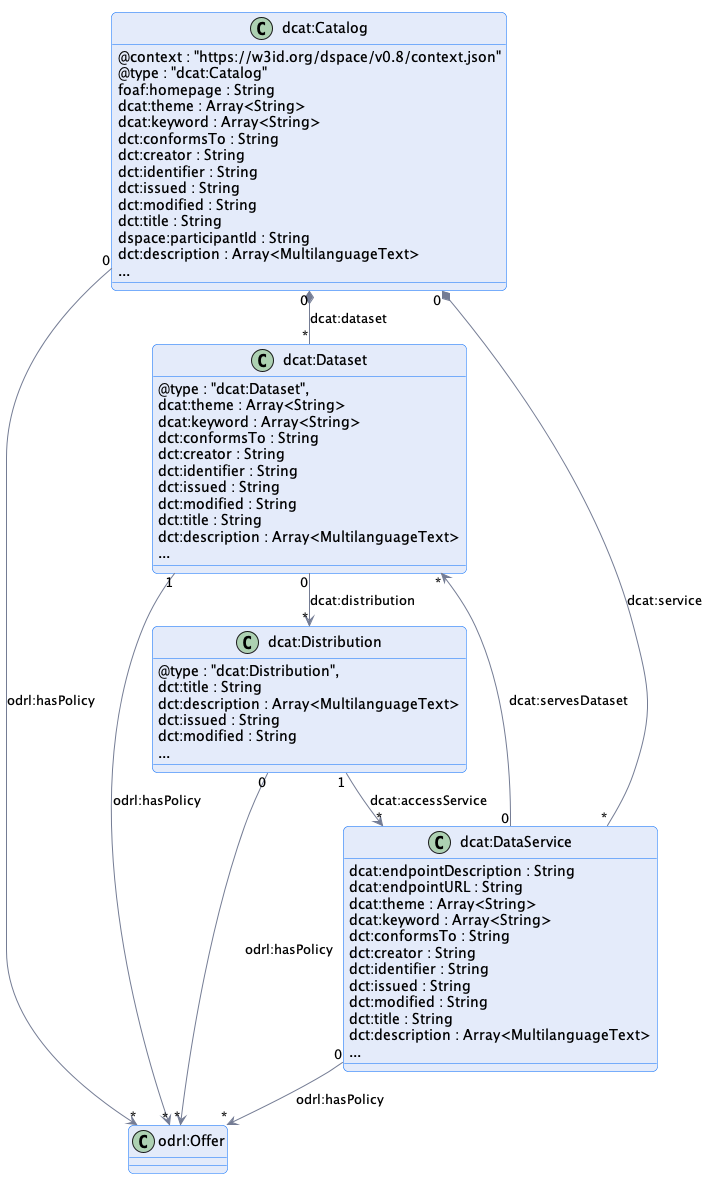
This is catalog/message/diagram/catalog.png from International-Data-Spaces-Association/ids-specification, a PlantUML export, as it was before one commit.
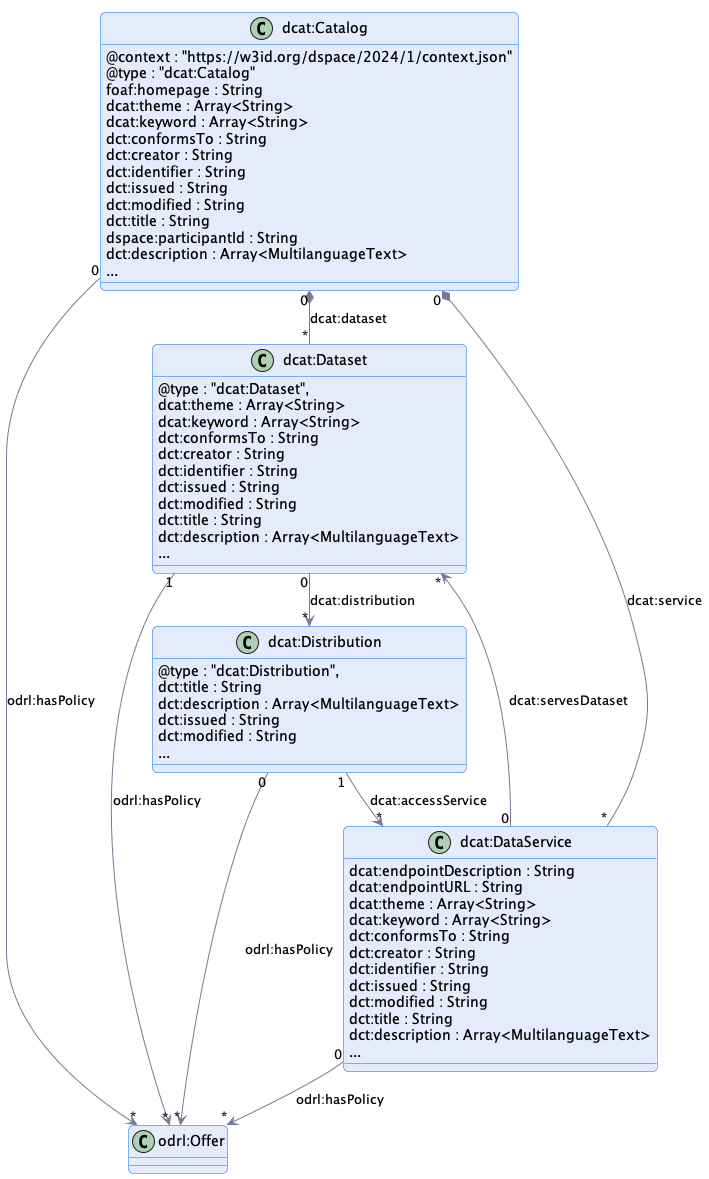
Above is the later version.

Change to the diagram source:
```diff
@@ -7,7 +7,7 @@
 
 
 class dcat:Catalog {
-    @context : "https://w3id.org/dspace/v0.8/context.json"
+    @context : "https://w3id.org/dspace/2024/1/context.json"
     @type : "dcat:Catalog"
     foaf:homepage : String
     dcat:theme : Array<String>
```
